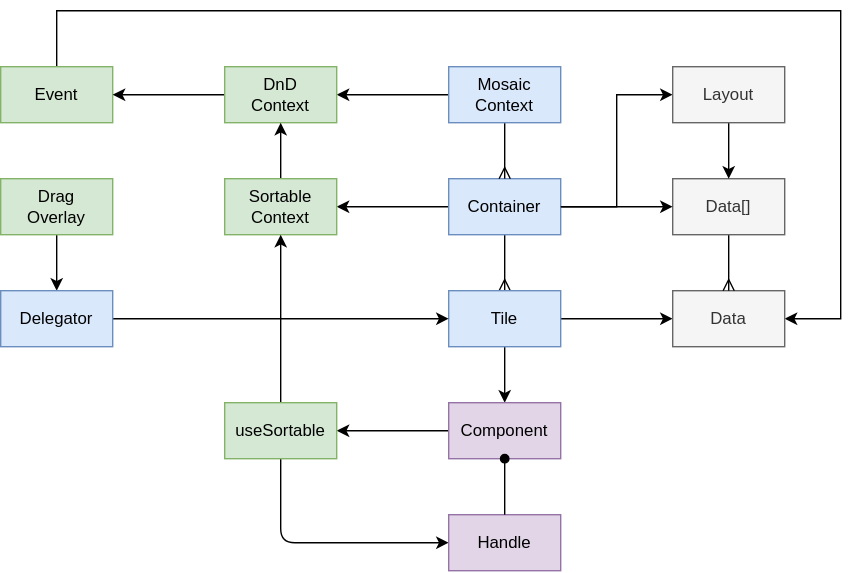
dxos/dxos keeps this draw.io diagram as docs/docs/design/diagrams/dnd.drawio.svg. Above is the earlier version. Source tidied: cells renumbered, new cells last; positions are measured from the earlier drawing's top-left corner, leaving out a move shared by most shapes.
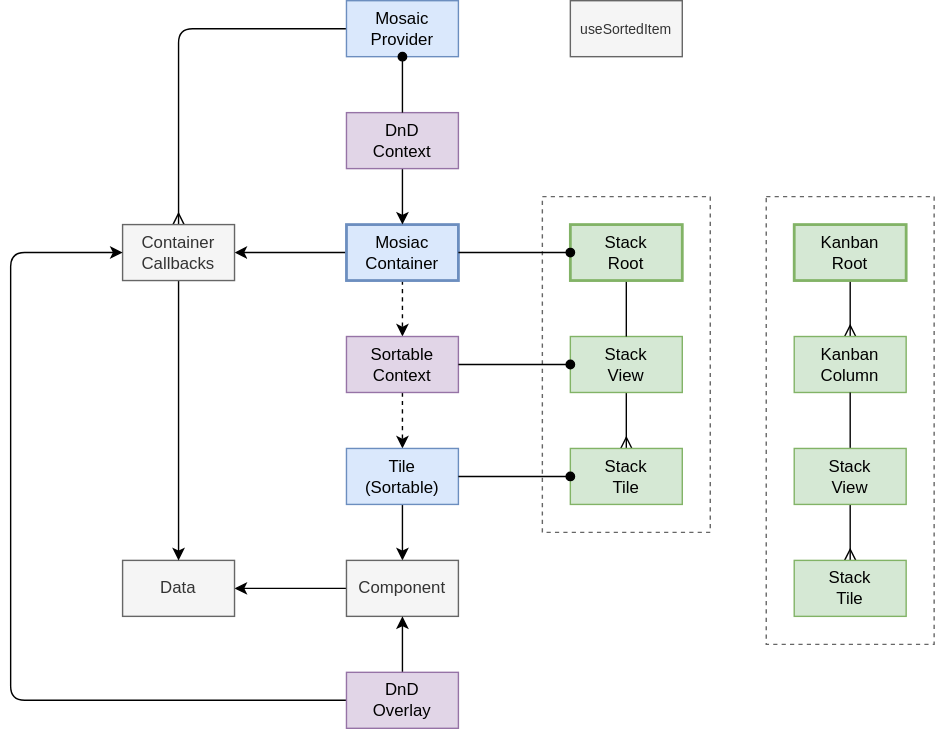
The same file after the commit.

Diff of the diagram source:
```diff
@@ -2,119 +2,128 @@
   <root>
     <mxCell id="0" />
     <mxCell id="1" parent="0" />
-    <mxCell id="2" style="edgeStyle=none;html=1;exitX=0.5;exitY=1;exitDx=0;exitDy=0;endArrow=ERmany;endFill=0;" parent="1" edge="1" source="5" target="9">
-      <mxGeometry relative="1" as="geometry" />
-    </mxCell>
-    <mxCell id="3" style="edgeStyle=none;html=1;exitX=0;exitY=0.5;exitDx=0;exitDy=0;startArrow=none;startFill=0;endArrow=classic;endFill=1;" parent="1" edge="1" source="5" target="23">
-      <mxGeometry relative="1" as="geometry" />
-    </mxCell>
-    <mxCell id="4" style="edgeStyle=none;html=1;exitX=1;exitY=0.5;exitDx=0;exitDy=0;entryX=0;entryY=0.5;entryDx=0;entryDy=0;startArrow=none;startFill=0;endArrow=classic;endFill=1;rounded=0;" parent="1" edge="1" source="5" target="30">
-      <mxGeometry relative="1" as="geometry">
-        <Array as="points">
-          <mxPoint x="440" y="140" />
-          <mxPoint x="440" y="60" />
-        </Array>
-      </mxGeometry>
-    </mxCell>
-    <mxCell id="5" value="Container" style="rounded=0;whiteSpace=wrap;html=1;fillColor=#dae8fc;strokeColor=#6c8ebf;" parent="1" vertex="1">
-      <mxGeometry x="320" y="120" width="80" height="40" as="geometry" />
-    </mxCell>
-    <mxCell id="6" style="edgeStyle=none;html=1;exitX=1;exitY=0.5;exitDx=0;exitDy=0;" parent="1" edge="1" source="9" target="11">
-      <mxGeometry relative="1" as="geometry" />
-    </mxCell>
-    <mxCell id="7" style="edgeStyle=none;html=1;exitX=0.5;exitY=1;exitDx=0;exitDy=0;entryX=0.5;entryY=0;entryDx=0;entryDy=0;startArrow=none;startFill=0;endArrow=classic;endFill=1;" parent="1" edge="1" source="9" target="19">
-      <mxGeometry relative="1" as="geometry" />
-    </mxCell>
-    <mxCell id="8" style="edgeStyle=none;html=1;startArrow=none;startFill=0;endArrow=classic;endFill=1;" parent="1" edge="1" source="19" target="26">
-      <mxGeometry relative="1" as="geometry" />
-    </mxCell>
-    <mxCell id="9" value="Tile" style="rounded=0;whiteSpace=wrap;html=1;fillColor=#dae8fc;strokeColor=#6c8ebf;" parent="1" vertex="1">
-      <mxGeometry x="320" y="200" width="80" height="40" as="geometry" />
-    </mxCell>
-    <mxCell id="10" style="edgeStyle=none;html=1;endArrow=none;endFill=0;entryX=0.5;entryY=1;entryDx=0;entryDy=0;startArrow=classic;startFill=1;rounded=0;" parent="1" edge="1" source="11" target="18">
-      <mxGeometry relative="1" as="geometry">
-        <Array as="points">
-          <mxPoint x="600" y="220" />
-          <mxPoint x="600" />
-          <mxPoint x="40" />
-        </Array>
-      </mxGeometry>
-    </mxCell>
+    <mxCell id="35" style="rounded=0;whiteSpace=wrap;html=1;fillColor=none;strokeColor=#666666;fontColor=#333333;dashed=1;" parent="1" vertex="1">
+      <mxGeometry x="500" y="140" width="120" height="320" as="geometry" />
+    </mxCell>
+    <mxCell id="36" style="rounded=0;whiteSpace=wrap;html=1;fillColor=none;strokeColor=#666666;fontColor=#333333;dashed=1;" parent="1" vertex="1">
+      <mxGeometry x="340" y="140" width="120" height="240" as="geometry" />
+    </mxCell>
+    <mxCell id="37" style="edgeStyle=none;html=1;exitX=0;exitY=0.5;exitDx=0;exitDy=0;" parent="1" edge="1" source="39" target="48">
+      <mxGeometry relative="1" as="geometry" />
+    </mxCell>
+    <mxCell id="38" style="edgeStyle=none;html=1;exitX=0.5;exitY=1;exitDx=0;exitDy=0;fontSize=10;startArrow=none;startFill=0;endArrow=classic;endFill=1;dashed=1;" parent="1" edge="1" source="39" target="23">
+      <mxGeometry relative="1" as="geometry" />
+    </mxCell>
+    <mxCell id="39" value="Mosiac&lt;br&gt;Container" style="rounded=0;whiteSpace=wrap;html=1;fillColor=#dae8fc;strokeColor=#6c8ebf;strokeWidth=2;" parent="1" vertex="1">
+      <mxGeometry x="200" y="160" width="80" height="40" as="geometry" />
+    </mxCell>
+    <mxCell id="40" style="edgeStyle=none;html=1;exitX=0.5;exitY=1;exitDx=0;exitDy=0;" parent="1" edge="1" source="21" target="39">
+      <mxGeometry relative="1" as="geometry" />
+    </mxCell>
+    <mxCell id="41" style="edgeStyle=none;html=1;exitX=0;exitY=0.5;exitDx=0;exitDy=0;entryX=0.5;entryY=0;entryDx=0;entryDy=0;endArrow=ERmany;endFill=0;" parent="1" edge="1" source="42" target="48">
+      <mxGeometry relative="1" as="geometry">
+        <Array as="points">
+          <mxPoint x="80" y="20" />
+        </Array>
+      </mxGeometry>
+    </mxCell>
+    <mxCell id="42" value="Mosaic&lt;br&gt;Provider" style="rounded=0;whiteSpace=wrap;html=1;fillColor=#dae8fc;strokeColor=#6c8ebf;" parent="1" vertex="1">
+      <mxGeometry x="200" width="80" height="40" as="geometry" />
+    </mxCell>
+    <mxCell id="43" style="edgeStyle=none;html=1;exitX=0.5;exitY=1;exitDx=0;exitDy=0;fontSize=10;startArrow=none;startFill=0;endArrow=classic;endFill=1;dashed=1;" parent="1" edge="1" source="23" target="45">
+      <mxGeometry relative="1" as="geometry" />
+    </mxCell>
+    <mxCell id="23" value="Sortable&lt;br&gt;Context" style="rounded=0;whiteSpace=wrap;html=1;fillColor=#e1d5e7;strokeColor=#9673a6;" parent="1" vertex="1">
+      <mxGeometry x="200" y="240" width="80" height="40" as="geometry" />
+    </mxCell>
+    <mxCell id="44" style="edgeStyle=none;html=1;exitX=0.5;exitY=1;exitDx=0;exitDy=0;" parent="1" edge="1" source="45" target="19">
+      <mxGeometry relative="1" as="geometry" />
+    </mxCell>
+    <mxCell id="45" value="Tile&lt;br&gt;(Sortable)" style="rounded=0;whiteSpace=wrap;html=1;fillColor=#dae8fc;strokeColor=#6c8ebf;" parent="1" vertex="1">
+      <mxGeometry x="200" y="320" width="80" height="40" as="geometry" />
+    </mxCell>
+    <mxCell id="46" style="edgeStyle=none;html=1;exitX=0;exitY=0.5;exitDx=0;exitDy=0;" parent="1" edge="1" source="19" target="11">
+      <mxGeometry relative="1" as="geometry" />
+    </mxCell>
+    <mxCell id="19" value="Component" style="rounded=0;whiteSpace=wrap;html=1;fillColor=#f5f5f5;strokeColor=#666666;fontColor=#333333;" parent="1" vertex="1">
+      <mxGeometry x="200" y="400" width="80" height="40" as="geometry" />
+    </mxCell>
-    <mxCell id="11" value="Data" style="rounded=0;whiteSpace=wrap;html=1;fillColor=#f5f5f5;fontColor=#333333;strokeColor=#666666;" parent="1" vertex="1">
-      <mxGeometry x="480" y="200" width="80" height="40" as="geometry" />
+    <mxCell id="11" value="Data" style="rounded=0;whiteSpace=wrap;html=1;fillColor=#f5f5f5;strokeColor=#666666;fontColor=#333333;" parent="1" vertex="1">
+      <mxGeometry x="40" y="400" width="80" height="40" as="geometry" />
     </mxCell>
-    <mxCell id="12" style="edgeStyle=none;html=1;exitX=0.5;exitY=1;exitDx=0;exitDy=0;entryX=0.5;entryY=0;entryDx=0;entryDy=0;endArrow=ERmany;endFill=0;" parent="1" edge="1" source="14" target="5">
-      <mxGeometry relative="1" as="geometry" />
-    </mxCell>
-    <mxCell id="13" style="edgeStyle=none;html=1;exitX=0;exitY=0.5;exitDx=0;exitDy=0;startArrow=none;startFill=0;endArrow=classic;endFill=1;" parent="1" edge="1" source="14" target="21">
-      <mxGeometry relative="1" as="geometry" />
-    </mxCell>
-    <mxCell id="14" value="Mosaic&lt;br&gt;Context" style="rounded=0;whiteSpace=wrap;html=1;fillColor=#dae8fc;strokeColor=#6c8ebf;" parent="1" vertex="1">
-      <mxGeometry x="320" y="40" width="80" height="40" as="geometry" />
-    </mxCell>
-    <mxCell id="15" style="edgeStyle=none;html=1;exitX=0.5;exitY=1;exitDx=0;exitDy=0;endArrow=ERmany;endFill=0;" parent="1" edge="1" source="16" target="11">
-      <mxGeometry relative="1" as="geometry" />
-    </mxCell>
-    <mxCell id="16" value="Data[]" style="rounded=0;whiteSpace=wrap;html=1;fillColor=#f5f5f5;fontColor=#333333;strokeColor=#666666;" parent="1" vertex="1">
-      <mxGeometry x="480" y="120" width="80" height="40" as="geometry" />
-    </mxCell>
-    <mxCell id="17" style="edgeStyle=none;html=1;exitX=1;exitY=0.5;exitDx=0;exitDy=0;entryX=0;entryY=0.5;entryDx=0;entryDy=0;" parent="1" edge="1" source="5" target="16">
-      <mxGeometry relative="1" as="geometry" />
-    </mxCell>
-    <mxCell id="18" value="Event" style="rounded=0;whiteSpace=wrap;html=1;fillColor=#d5e8d4;strokeColor=#82b366;" parent="1" vertex="1">
-      <mxGeometry y="40" width="80" height="40" as="geometry" />
-    </mxCell>
-    <mxCell id="19" value="Component" style="rounded=0;whiteSpace=wrap;html=1;fillColor=#e1d5e7;strokeColor=#9673a6;" parent="1" vertex="1">
-      <mxGeometry x="320" y="280" width="80" height="40" as="geometry" />
-    </mxCell>
-    <mxCell id="20" style="edgeStyle=none;html=1;exitX=0;exitY=0.5;exitDx=0;exitDy=0;startArrow=none;startFill=0;endArrow=classic;endFill=1;" parent="1" edge="1" source="21" target="18">
-      <mxGeometry relative="1" as="geometry" />
-    </mxCell>
+    <mxCell id="47" style="edgeStyle=none;html=1;exitX=0.5;exitY=1;exitDx=0;exitDy=0;" parent="1" edge="1" source="48" target="11">
+      <mxGeometry relative="1" as="geometry" />
+    </mxCell>
+    <mxCell id="48" value="Container&lt;br&gt;Callbacks" style="rounded=0;whiteSpace=wrap;html=1;fillColor=#f5f5f5;strokeColor=#666666;fontColor=#333333;" parent="1" vertex="1">
+      <mxGeometry x="40" y="160" width="80" height="40" as="geometry" />
+    </mxCell>
+    <mxCell id="49" value="useSortedItem" style="rounded=0;whiteSpace=wrap;html=1;fillColor=#f5f5f5;strokeColor=#666666;fontColor=#333333;fontSize=10;" parent="1" vertex="1">
+      <mxGeometry x="360" width="80" height="40" as="geometry" />
+    </mxCell>
+    <mxCell id="50" style="edgeStyle=none;html=1;exitX=0.5;exitY=1;exitDx=0;exitDy=0;entryX=0.5;entryY=0;entryDx=0;entryDy=0;fontSize=10;startArrow=none;startFill=0;endArrow=ERmany;endFill=0;" parent="1" edge="1" source="51" target="57">
+      <mxGeometry relative="1" as="geometry" />
+    </mxCell>
+    <mxCell id="51" value="Stack&lt;br&gt;View" style="rounded=0;whiteSpace=wrap;html=1;fillColor=#d5e8d4;strokeColor=#82b366;" parent="1" vertex="1">
+      <mxGeometry x="360" y="240" width="80" height="40" as="geometry" />
+    </mxCell>
+    <mxCell id="52" style="edgeStyle=none;html=1;exitX=0.5;exitY=1;exitDx=0;exitDy=0;entryX=0.5;entryY=0;entryDx=0;entryDy=0;fontSize=10;startArrow=none;startFill=0;endArrow=none;endFill=0;" parent="1" edge="1" source="53" target="51">
+      <mxGeometry relative="1" as="geometry" />
+    </mxCell>
+    <mxCell id="53" value="Stack&lt;br&gt;Root" style="rounded=0;whiteSpace=wrap;html=1;fillColor=#d5e8d4;strokeColor=#82b366;strokeWidth=2;" parent="1" vertex="1">
+      <mxGeometry x="360" y="160" width="80" height="40" as="geometry" />
+    </mxCell>
+    <mxCell id="54" style="edgeStyle=none;html=1;exitX=0;exitY=0.5;exitDx=0;exitDy=0;endArrow=none;endFill=0;startArrow=oval;startFill=1;" parent="1" edge="1" source="53" target="39">
+      <mxGeometry relative="1" as="geometry" />
+    </mxCell>
+    <mxCell id="55" style="edgeStyle=none;html=1;exitX=0;exitY=0.5;exitDx=0;exitDy=0;startArrow=oval;startFill=1;endArrow=none;endFill=0;" parent="1" edge="1" source="51" target="23">
+      <mxGeometry relative="1" as="geometry" />
+    </mxCell>
-    <mxCell id="21" value="DnD&lt;br&gt;Context" style="rounded=0;whiteSpace=wrap;html=1;fillColor=#d5e8d4;strokeColor=#82b366;" parent="1" vertex="1">
-      <mxGeometry x="160" y="40" width="80" height="40" as="geometry" />
+    <mxCell id="21" value="DnD&lt;br&gt;Context" style="rounded=0;whiteSpace=wrap;html=1;fillColor=#e1d5e7;strokeColor=#9673a6;" parent="1" vertex="1">
+      <mxGeometry x="200" y="80" width="80" height="40" as="geometry" />
     </mxCell>
-    <mxCell id="22" style="edgeStyle=none;html=1;exitX=0.5;exitY=0;exitDx=0;exitDy=0;entryX=0.5;entryY=1;entryDx=0;entryDy=0;startArrow=none;startFill=0;endArrow=classic;endFill=1;" parent="1" edge="1" source="23" target="21">
-      <mxGeometry relative="1" as="geometry" />
-    </mxCell>
-    <mxCell id="23" value="Sortable&lt;br&gt;Context" style="rounded=0;whiteSpace=wrap;html=1;fillColor=#d5e8d4;strokeColor=#82b366;" parent="1" vertex="1">
-      <mxGeometry x="160" y="120" width="80" height="40" as="geometry" />
-    </mxCell>
-    <mxCell id="24" style="edgeStyle=none;html=1;exitX=0.5;exitY=0;exitDx=0;exitDy=0;entryX=0.5;entryY=1;entryDx=0;entryDy=0;startArrow=none;startFill=0;endArrow=classic;endFill=1;" parent="1" edge="1" source="26" target="23">
-      <mxGeometry relative="1" as="geometry" />
-    </mxCell>
-    <mxCell id="25" style="edgeStyle=none;html=1;exitX=0.5;exitY=1;exitDx=0;exitDy=0;entryX=0;entryY=0.5;entryDx=0;entryDy=0;startArrow=none;startFill=0;endArrow=classic;endFill=1;" parent="1" edge="1" source="26" target="27">
-      <mxGeometry relative="1" as="geometry">
-        <Array as="points">
-          <mxPoint x="200" y="380" />
-        </Array>
-      </mxGeometry>
-    </mxCell>
-    <mxCell id="26" value="useSortable" style="rounded=0;whiteSpace=wrap;html=1;fillColor=#d5e8d4;strokeColor=#82b366;" parent="1" vertex="1">
-      <mxGeometry x="160" y="280" width="80" height="40" as="geometry" />
-    </mxCell>
-    <mxCell id="27" value="Handle" style="rounded=0;whiteSpace=wrap;html=1;fillColor=#e1d5e7;strokeColor=#9673a6;" parent="1" vertex="1">
-      <mxGeometry x="320" y="360" width="80" height="40" as="geometry" />
-    </mxCell>
-    <mxCell id="28" style="edgeStyle=none;html=1;exitX=0.5;exitY=1;exitDx=0;exitDy=0;startArrow=oval;startFill=1;endArrow=none;endFill=0;" parent="1" edge="1" source="19" target="27">
-      <mxGeometry relative="1" as="geometry" />
-    </mxCell>
-    <mxCell id="29" style="edgeStyle=none;html=1;exitX=0.5;exitY=1;exitDx=0;exitDy=0;startArrow=none;startFill=0;endArrow=classic;endFill=1;" parent="1" edge="1" source="30" target="16">
-      <mxGeometry relative="1" as="geometry" />
-    </mxCell>
-    <mxCell id="30" value="Layout" style="rounded=0;whiteSpace=wrap;html=1;fillColor=#f5f5f5;fontColor=#333333;strokeColor=#666666;" parent="1" vertex="1">
-      <mxGeometry x="480" y="40" width="80" height="40" as="geometry" />
-    </mxCell>
-    <mxCell id="31" style="edgeStyle=none;html=1;exitX=0.5;exitY=1;exitDx=0;exitDy=0;startArrow=none;startFill=0;endArrow=classic;endFill=1;" parent="1" edge="1" source="32" target="34">
-      <mxGeometry relative="1" as="geometry" />
-    </mxCell>
-    <mxCell id="32" value="Drag&lt;br&gt;Overlay" style="rounded=0;whiteSpace=wrap;html=1;fillColor=#d5e8d4;strokeColor=#82b366;" parent="1" vertex="1">
-      <mxGeometry y="120" width="80" height="40" as="geometry" />
-    </mxCell>
-    <mxCell id="33" style="edgeStyle=none;html=1;exitX=1;exitY=0.5;exitDx=0;exitDy=0;startArrow=none;startFill=0;endArrow=classic;endFill=1;" parent="1" edge="1" source="34" target="9">
-      <mxGeometry relative="1" as="geometry" />
-    </mxCell>
-    <mxCell id="34" value="Delegator" style="rounded=0;whiteSpace=wrap;html=1;fillColor=#dae8fc;strokeColor=#6c8ebf;" parent="1" vertex="1">
-      <mxGeometry y="200" width="80" height="40" as="geometry" />
-    </mxCell>
+    <mxCell id="56" style="edgeStyle=none;html=1;exitX=0.5;exitY=1;exitDx=0;exitDy=0;startArrow=oval;startFill=1;endArrow=none;endFill=0;" parent="1" edge="1" source="42" target="21">
+      <mxGeometry relative="1" as="geometry" />
+    </mxCell>
+    <mxCell id="57" value="Stack&lt;br&gt;Tile" style="rounded=0;whiteSpace=wrap;html=1;fillColor=#d5e8d4;strokeColor=#82b366;" parent="1" vertex="1">
+      <mxGeometry x="360" y="320" width="80" height="40" as="geometry" />
+    </mxCell>
+    <mxCell id="58" style="edgeStyle=none;html=1;exitX=0;exitY=0.5;exitDx=0;exitDy=0;startArrow=oval;startFill=1;endArrow=none;endFill=0;" parent="1" edge="1" source="57" target="45">
+      <mxGeometry relative="1" as="geometry" />
+    </mxCell>
+    <mxCell id="59" style="edgeStyle=none;html=1;exitX=0.5;exitY=0;exitDx=0;exitDy=0;entryX=0.5;entryY=1;entryDx=0;entryDy=0;startArrow=none;startFill=0;endArrow=classic;endFill=1;" parent="1" edge="1" source="61" target="19">
+      <mxGeometry relative="1" as="geometry" />
+    </mxCell>
+    <mxCell id="60" style="edgeStyle=none;html=1;exitX=0;exitY=0.5;exitDx=0;exitDy=0;startArrow=none;startFill=0;endArrow=classic;endFill=1;entryX=0;entryY=0.5;entryDx=0;entryDy=0;" parent="1" edge="1" source="61" target="48">
+      <mxGeometry relative="1" as="geometry">
+        <Array as="points">
+          <mxPoint x="-40" y="500" />
+          <mxPoint x="-40" y="180" />
+        </Array>
+      </mxGeometry>
+    </mxCell>
+    <mxCell id="61" value="DnD&lt;br&gt;Overlay" style="rounded=0;whiteSpace=wrap;html=1;fillColor=#e1d5e7;strokeColor=#9673a6;" parent="1" vertex="1">
+      <mxGeometry x="200" y="480" width="80" height="40" as="geometry" />
+    </mxCell>
+    <mxCell id="62" style="edgeStyle=none;html=1;exitX=0.5;exitY=1;exitDx=0;exitDy=0;fontSize=10;startArrow=none;startFill=0;endArrow=ERmany;endFill=0;" parent="1" edge="1" source="63" target="64">
+      <mxGeometry relative="1" as="geometry" />
+    </mxCell>
+    <mxCell id="63" value="Kanban&lt;br&gt;Root" style="rounded=0;whiteSpace=wrap;html=1;fillColor=#d5e8d4;strokeColor=#82b366;strokeWidth=2;" parent="1" vertex="1">
+      <mxGeometry x="520" y="160" width="80" height="40" as="geometry" />
+    </mxCell>
+    <mxCell id="64" value="Kanban&lt;br&gt;Column" style="rounded=0;whiteSpace=wrap;html=1;fillColor=#d5e8d4;strokeColor=#82b366;strokeWidth=1;" parent="1" vertex="1">
+      <mxGeometry x="520" y="240" width="80" height="40" as="geometry" />
+    </mxCell>
+    <mxCell id="65" style="edgeStyle=none;html=1;entryX=0.5;entryY=0;entryDx=0;entryDy=0;fontSize=10;startArrow=none;startFill=0;endArrow=none;endFill=0;" parent="1" edge="1" source="64" target="67">
+      <mxGeometry relative="1" as="geometry" />
+    </mxCell>
+    <mxCell id="66" style="edgeStyle=none;html=1;exitX=0.5;exitY=1;exitDx=0;exitDy=0;entryX=0.5;entryY=0;entryDx=0;entryDy=0;fontSize=10;startArrow=none;startFill=0;endArrow=ERmany;endFill=0;" parent="1" edge="1" source="67" target="68">
+      <mxGeometry relative="1" as="geometry" />
+    </mxCell>
+    <mxCell id="67" value="Stack&lt;br&gt;View" style="rounded=0;whiteSpace=wrap;html=1;fillColor=#d5e8d4;strokeColor=#82b366;" parent="1" vertex="1">
+      <mxGeometry x="520" y="320" width="80" height="40" as="geometry" />
+    </mxCell>
+    <mxCell id="68" value="Stack&lt;br&gt;Tile" style="rounded=0;whiteSpace=wrap;html=1;fillColor=#d5e8d4;strokeColor=#82b366;" parent="1" vertex="1">
+      <mxGeometry x="520" y="400" width="80" height="40" as="geometry" />
+    </mxCell>
   </root>
 </mxGraphModel>
```
